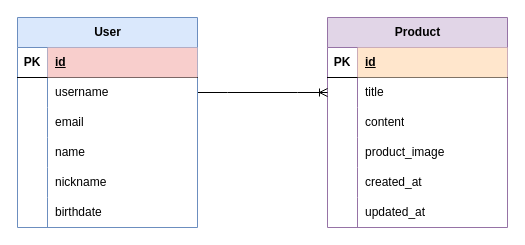
The draw.io diagram ERD.drawio in ysooj/CH4-DRF, before the edit. Source tidied: cells renumbered, new cells numbered last; positions are measured from the earlier drawing's top-left corner, leaving out a move shared by most shapes. Both pictures are drawn from the tidied source at 100%, with x=0, y=0 at pixel (17, 17).
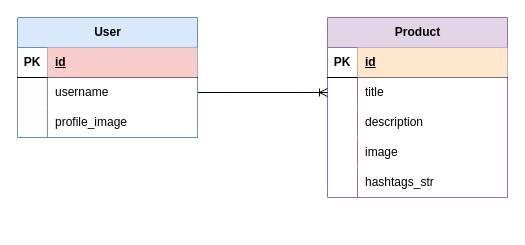
After the change.

The change refers to these unchanged cells:
```xml
<mxCell id="9" style="shape=tableRow;horizontal=0;startSize=0;swimlaneHead=0;swimlaneBody=0;fillColor=none;top=0;left=0;right=0;bottom=0;" parent="2" vertex="1">
  <mxGeometry y="90" width="180" height="30" as="geometry" />
</mxCell>
<mxCell id="12" style="shape=tableRow;horizontal=0;startSize=0;swimlaneHead=0;swimlaneBody=0;fillColor=none;top=0;left=0;right=0;bottom=0;" parent="2" vertex="1">
  <mxGeometry y="120" width="180" height="30" as="geometry" />
</mxCell>
<mxCell id="15" style="shape=tableRow;horizontal=0;startSize=0;swimlaneHead=0;swimlaneBody=0;fillColor=none;top=0;left=0;right=0;bottom=0;" parent="2" vertex="1">
  <mxGeometry y="150" width="180" height="30" as="geometry" />
</mxCell>
<mxCell id="29" style="shape=tableRow;horizontal=0;startSize=0;swimlaneHead=0;swimlaneBody=0;fillColor=none;top=0;left=0;right=0;bottom=0;" parent="22" vertex="1">
  <mxGeometry y="90" width="180" height="30" as="geometry" />
</mxCell>
```

Change to the diagram source:
```diff
@@
     <mxCell id="2" value="Product" style="shape=table;startSize=30;childLayout=tableLayout;rowLines=0;fontStyle=1;align=center;html=1;fillColor=#e1d5e7;strokeColor=#9673a6;" parent="1" vertex="1">
-      <mxGeometry x="310" width="180" height="210" as="geometry" />
+      <mxGeometry x="310" width="180" height="180" as="geometry" />
     </mxCell>
@@
-    <mxCell id="11" value="content" style="shape=partialRectangle;fillColor=none;top=0;left=0;bottom=0;right=0;align=left;spacingLeft=6;overflow=hidden;whiteSpace=wrap;html=1;" parent="9" vertex="1">
+    <mxCell id="11" value="description" style="shape=partialRectangle;fillColor=none;top=0;left=0;bottom=0;right=0;align=left;spacingLeft=6;overflow=hidden;whiteSpace=wrap;html=1;" parent="9" vertex="1">
       <mxGeometry x="30" width="150" height="30" as="geometry" />
     </mxCell>
@@
-    <mxCell id="14" value="product_image" style="shape=partialRectangle;fillColor=none;top=0;left=0;bottom=0;right=0;align=left;spacingLeft=6;overflow=hidden;whiteSpace=wrap;html=1;" parent="12" vertex="1">
+    <mxCell id="14" value="image" style="shape=partialRectangle;fillColor=none;top=0;left=0;bottom=0;right=0;align=left;spacingLeft=6;overflow=hidden;whiteSpace=wrap;html=1;" parent="12" vertex="1">
       <mxGeometry x="30" width="150" height="30" as="geometry" />
     </mxCell>
@@
-    <mxCell id="17" value="created_at" style="shape=partialRectangle;fillColor=none;top=0;left=0;bottom=0;right=0;align=left;spacingLeft=6;overflow=hidden;whiteSpace=wrap;html=1;" parent="15" vertex="1">
+    <mxCell id="17" value="hashtags_str" style="shape=partialRectangle;fillColor=none;top=0;left=0;bottom=0;right=0;align=left;spacingLeft=6;overflow=hidden;whiteSpace=wrap;html=1;" parent="15" vertex="1">
       <mxGeometry x="30" width="150" height="30" as="geometry" />
     </mxCell>
-    <mxCell id="18" style="shape=tableRow;horizontal=0;startSize=0;swimlaneHead=0;swimlaneBody=0;fillColor=none;top=0;left=0;right=0;bottom=0;" parent="2" vertex="1">
-      <mxGeometry y="180" width="180" height="30" as="geometry" />
-    </mxCell>
-    <mxCell id="19" style="shape=partialRectangle;fillColor=none;top=0;left=0;bottom=0;right=0;overflow=hidden;whiteSpace=wrap;html=1;" parent="18" vertex="1">
-      <mxGeometry width="30" height="30" as="geometry" />
-    </mxCell>
-    <mxCell id="20" value="updated_at" style="shape=partialRectangle;fillColor=none;top=0;left=0;bottom=0;right=0;align=left;spacingLeft=6;overflow=hidden;whiteSpace=wrap;html=1;" parent="18" vertex="1">
-      <mxGeometry x="30" width="150" height="30" as="geometry" />
-    </mxCell>
@@
     <mxCell id="22" value="User" style="shape=table;startSize=30;childLayout=tableLayout;rowLines=0;fontStyle=1;align=center;html=1;fillColor=#dae8fc;strokeColor=#6c8ebf;" parent="1" vertex="1">
-      <mxGeometry width="180" height="210" as="geometry" />
+      <mxGeometry width="180" height="120" as="geometry" />
     </mxCell>
@@
-    <mxCell id="31" value="email" style="shape=partialRectangle;fillColor=none;top=0;left=0;bottom=0;right=0;align=left;spacingLeft=6;overflow=hidden;whiteSpace=wrap;html=1;" parent="29" vertex="1">
+    <mxCell id="31" value="profile_image" style="shape=partialRectangle;fillColor=none;top=0;left=0;bottom=0;right=0;align=left;spacingLeft=6;overflow=hidden;whiteSpace=wrap;html=1;" parent="29" vertex="1">
       <mxGeometry x="30" width="150" height="30" as="geometry" />
     </mxCell>
-    <mxCell id="32" style="shape=tableRow;horizontal=0;startSize=0;swimlaneHead=0;swimlaneBody=0;fillColor=none;top=0;left=0;right=0;bottom=0;" parent="22" vertex="1">
-      <mxGeometry y="120" width="180" height="30" as="geometry" />
-    </mxCell>
-    <mxCell id="33" style="shape=partialRectangle;fillColor=none;top=0;left=0;bottom=0;right=0;overflow=hidden;whiteSpace=wrap;html=1;" parent="32" vertex="1">
-      <mxGeometry width="30" height="30" as="geometry" />
-    </mxCell>
-    <mxCell id="34" value="name" style="shape=partialRectangle;fillColor=none;top=0;left=0;bottom=0;right=0;align=left;spacingLeft=6;overflow=hidden;whiteSpace=wrap;html=1;" parent="32" vertex="1">
-      <mxGeometry x="30" width="150" height="30" as="geometry" />
-    </mxCell>
-    <mxCell id="35" style="shape=tableRow;horizontal=0;startSize=0;swimlaneHead=0;swimlaneBody=0;fillColor=none;top=0;left=0;right=0;bottom=0;" parent="22" vertex="1">
-      <mxGeometry y="150" width="180" height="30" as="geometry" />
-    </mxCell>
-    <mxCell id="36" style="shape=partialRectangle;fillColor=none;top=0;left=0;bottom=0;right=0;overflow=hidden;whiteSpace=wrap;html=1;" parent="35" vertex="1">
-      <mxGeometry width="30" height="30" as="geometry" />
-    </mxCell>
-    <mxCell id="37" value="nickname" style="shape=partialRectangle;fillColor=none;top=0;left=0;bottom=0;right=0;align=left;spacingLeft=6;overflow=hidden;whiteSpace=wrap;html=1;" parent="35" vertex="1">
-      <mxGeometry x="30" width="150" height="30" as="geometry" />
-    </mxCell>
-    <mxCell id="38" style="shape=tableRow;horizontal=0;startSize=0;swimlaneHead=0;swimlaneBody=0;fillColor=none;top=0;left=0;right=0;bottom=0;" parent="22" vertex="1">
-      <mxGeometry y="180" width="180" height="30" as="geometry" />
-    </mxCell>
-    <mxCell id="39" style="shape=partialRectangle;fillColor=none;top=0;left=0;bottom=0;right=0;overflow=hidden;whiteSpace=wrap;html=1;" parent="38" vertex="1">
-      <mxGeometry width="30" height="30" as="geometry" />
-    </mxCell>
-    <mxCell id="40" value="birthdate" style="shape=partialRectangle;fillColor=none;top=0;left=0;bottom=0;right=0;align=left;spacingLeft=6;overflow=hidden;whiteSpace=wrap;html=1;" parent="38" vertex="1">
-      <mxGeometry x="30" width="150" height="30" as="geometry" />
-    </mxCell>
```
